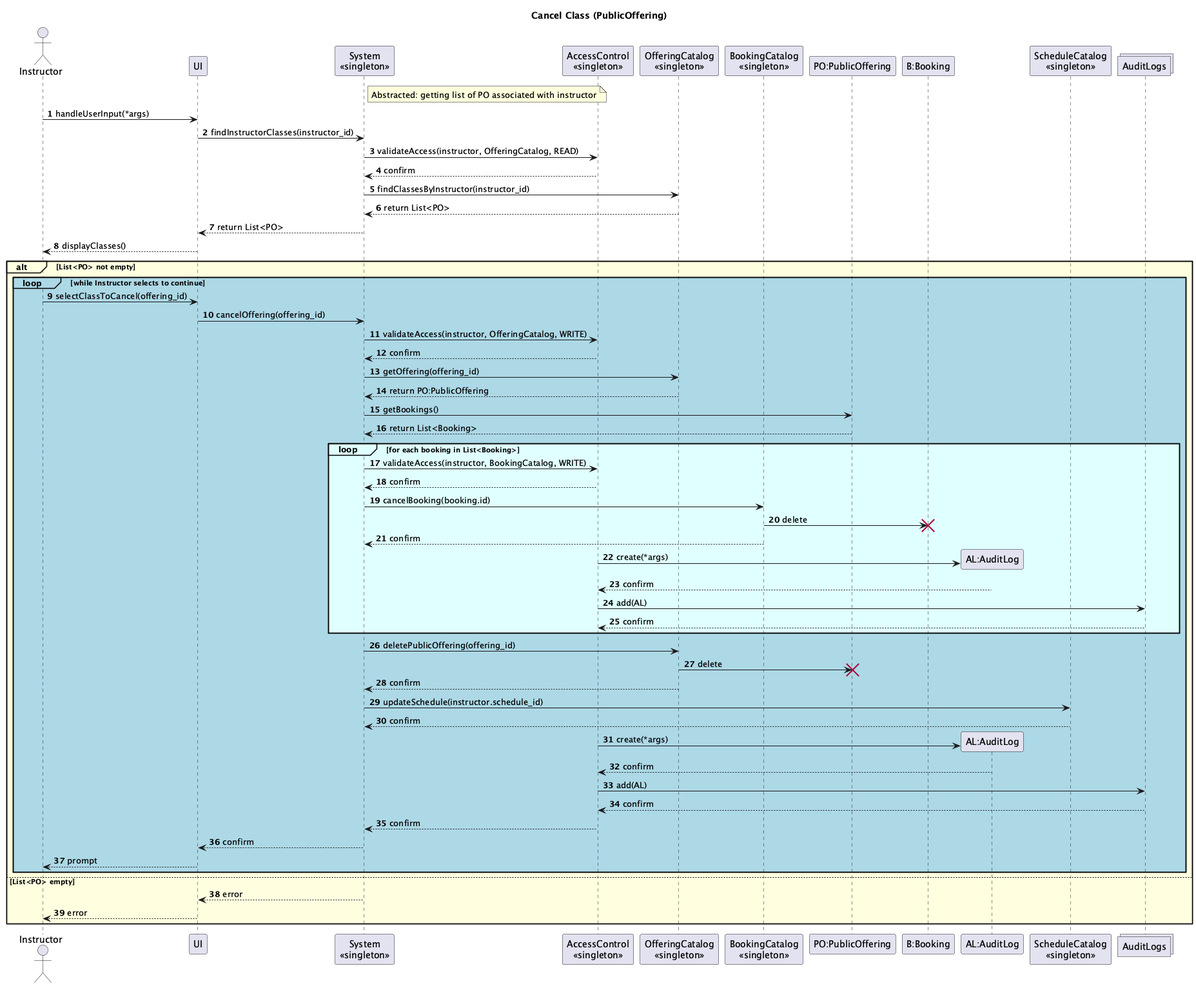
The PlantUML diagram System-Diagrams/UML Interaction/Instructor/Instructor-Interactions_004.png in vibqetowi/soen-342-project, before a commit.
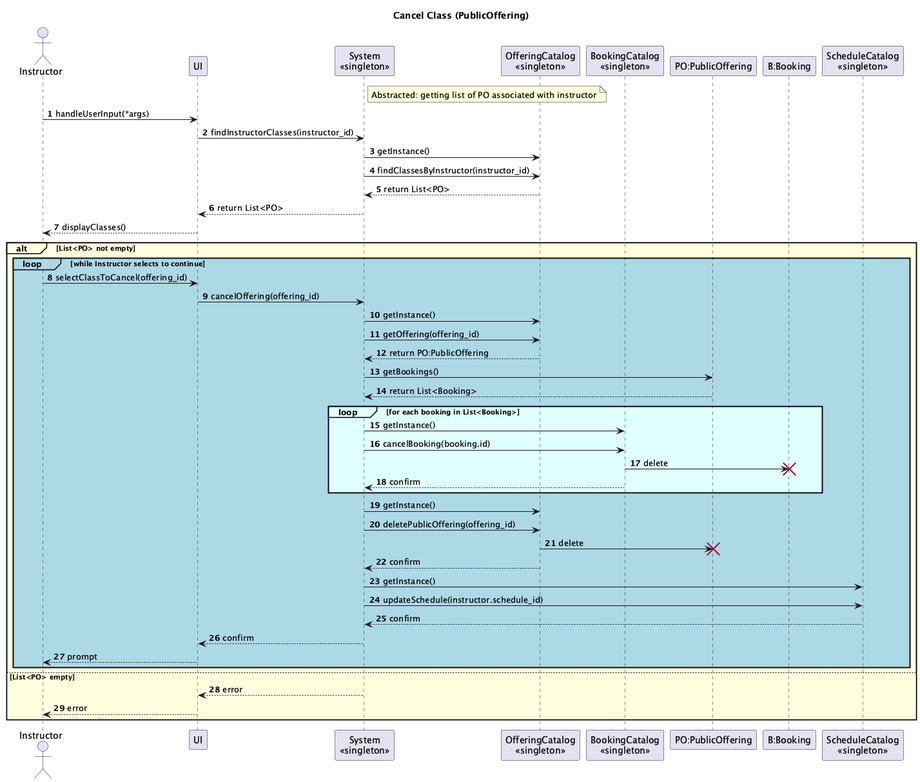
Above is the later version.

What changed in the source:
```diff
@@ -4,14 +4,11 @@
 actor Instructor
 participant UI
 participant "System\n<<singleton>>" as System
-participant "AccessControl\n<<singleton>>" as AccessControl
 participant "OfferingCatalog\n<<singleton>>" as OfferingCatalog
 participant "BookingCatalog\n<<singleton>>" as BookingCatalog
 participant "PO:PublicOffering" as PublicOffering
 participant "B:Booking" as Booking
-participant "AL:AuditLog" as AuditLog
 participant "ScheduleCatalog\n<<singleton>>" as ScheduleCatalog
-collections AuditLogs
 
 note right of System
 Abstracted: getting list of PO associated with instructor
@@ -22,9 +19,7 @@
 Instructor -> UI: handleUserInput(*args)
 UI -> System: findInstructorClasses(instructor_id)
 
-System -> AccessControl: validateAccess(instructor, OfferingCatalog, READ)
-AccessControl --> System: confirm
-
+System -> OfferingCatalog: getInstance()
 System -> OfferingCatalog: findClassesByInstructor(instructor_id)
 OfferingCatalog --> System: return List<PO>
 
@@ -36,9 +31,7 @@
         Instructor -> UI: selectClassToCancel(offering_id)
         UI -> System: cancelOffering(offering_id)
 
-        System -> AccessControl: validateAccess(instructor, OfferingCatalog, WRITE)
-        AccessControl --> System: confirm
-
+        System -> OfferingCatalog: getInstance()
         System -> OfferingCatalog: getOffering(offering_id)
         OfferingCatalog --> System: return PO:PublicOffering
 
@@ -46,31 +39,20 @@
         PublicOffering --> System: return List<Booking>
 
         loop#LightCyan #LightCyan for each booking in List<Booking>
-            System -> AccessControl: validateAccess(instructor, BookingCatalog, WRITE)
-            AccessControl --> System: confirm
-
+            System -> BookingCatalog: getInstance()
             System -> BookingCatalog: cancelBooking(booking.id)
             BookingCatalog -> Booking !!: delete
             BookingCatalog --> System: confirm
-
-            AccessControl -> AuditLog **: create(*args)
-            AuditLog --> AccessControl: confirm
-            AccessControl -> AuditLogs: add(AL)
-            AuditLogs --> AccessControl: confirm
         end
 
+        System -> OfferingCatalog: getInstance()
         System -> OfferingCatalog: deletePublicOffering(offering_id)
         OfferingCatalog -> PublicOffering !!: delete
         OfferingCatalog --> System: confirm
 
+        System -> ScheduleCatalog: getInstance()
         System -> ScheduleCatalog: updateSchedule(instructor.schedule_id)
         ScheduleCatalog --> System: confirm
-
-        AccessControl -> AuditLog **: create(*args)
-        AuditLog --> AccessControl: confirm
-        AccessControl -> AuditLogs: add(AL)
-        AuditLogs --> AccessControl: confirm
-        AccessControl --> System: confirm
 
         System --> UI: confirm
         UI --> Instructor: prompt
```
